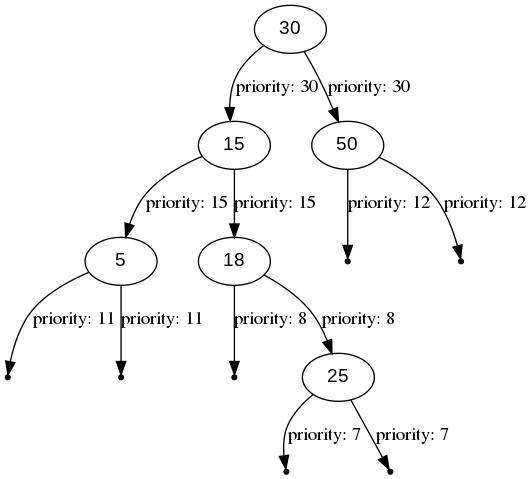
Before: visLib/out/png/dump5.png, a diagram exported from Graphviz (NikitaEvs/trees). Its source is kept beside it as visLib/out/dot/dump5.dot. The source it was exported from:
```dot
digraph BinarySearchTree {
    node [fontname = "Arial"];
    30 -> 15 [label="priority: 30"];
    15 -> 5 [label="priority: 15"];
    null0[shape=point];
    5 -> null0 [label="priority: 11"];
    null1[shape=point];
    5 -> null1 [label="priority: 11"];
    15 -> 18 [label="priority: 15"];
    null2[shape=point];
    18 -> null2 [label="priority: 8"];
    18 -> 25 [label="priority: 8"];
    null3[shape=point];
    25 -> null3 [label="priority: 7"];
    null4[shape=point];
    25 -> null4 [label="priority: 7"];
    30 -> 50 [label="priority: 30"];
    null5[shape=point];
    50 -> null5 [label="priority: 12"];
    null6[shape=point];
    50 -> null6 [label="priority: 12"];
}
```
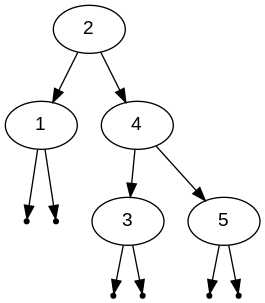
After the change.

The edit, as a diff of the source:
```diff
@@ -1,22 +1,19 @@
 digraph BinarySearchTree {
     node [fontname = "Arial"];
-    30 -> 15 [label="priority: 30"];
-    15 -> 5 [label="priority: 15"];
+    2 -> 1;
     null0[shape=point];
-    5 -> null0 [label="priority: 11"];
+    1 -> null0;
     null1[shape=point];
-    5 -> null1 [label="priority: 11"];
-    15 -> 18 [label="priority: 15"];
+    1 -> null1;
+    2 -> 4;
+    4 -> 3;
     null2[shape=point];
-    18 -> null2 [label="priority: 8"];
-    18 -> 25 [label="priority: 8"];
+    3 -> null2;
     null3[shape=point];
-    25 -> null3 [label="priority: 7"];
+    3 -> null3;
+    4 -> 5;
     null4[shape=point];
-    25 -> null4 [label="priority: 7"];
-    30 -> 50 [label="priority: 30"];
+    5 -> null4;
     null5[shape=point];
-    50 -> null5 [label="priority: 12"];
-    null6[shape=point];
-    50 -> null6 [label="priority: 12"];
+    5 -> null5;
 }
```
